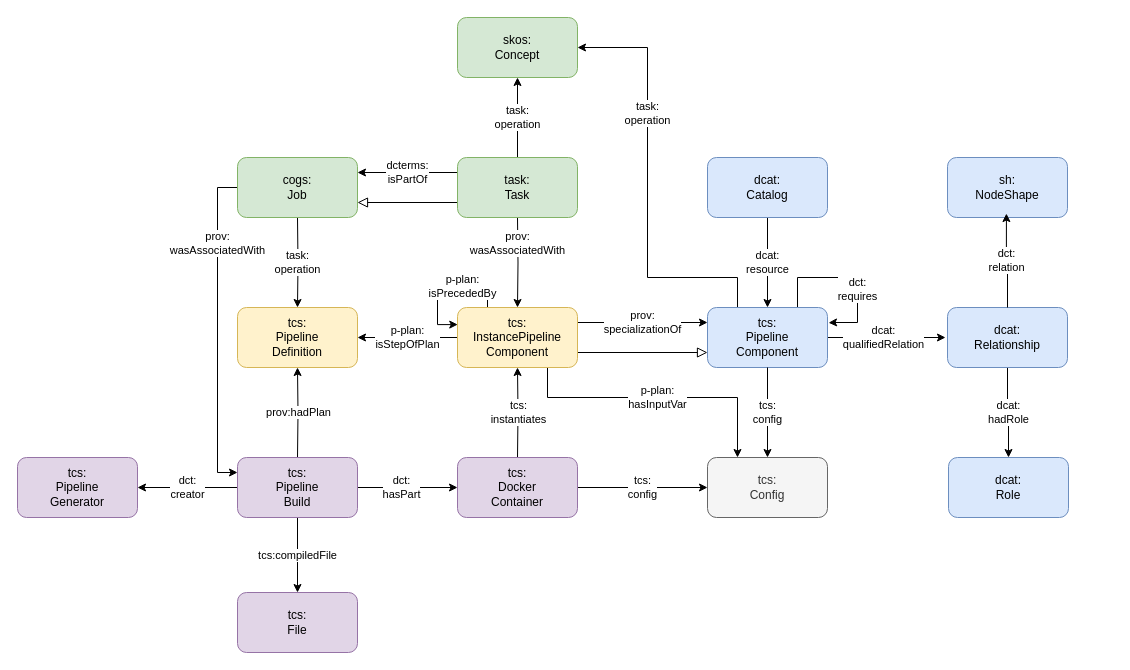
This is page "toolchain model" (1 of 4) of semantic model/diagrams/diagrams.drawio from thcarsten/toolchain-specification, a draw.io file, before an edit. Source tidied: cells renumbered, new cells numbered last; positions are measured from the earlier drawing's top-left corner, leaving out a move shared by most shapes. Both pictures are drawn from the tidied source at 100%, with x=0, y=0 at pixel (17, 17).
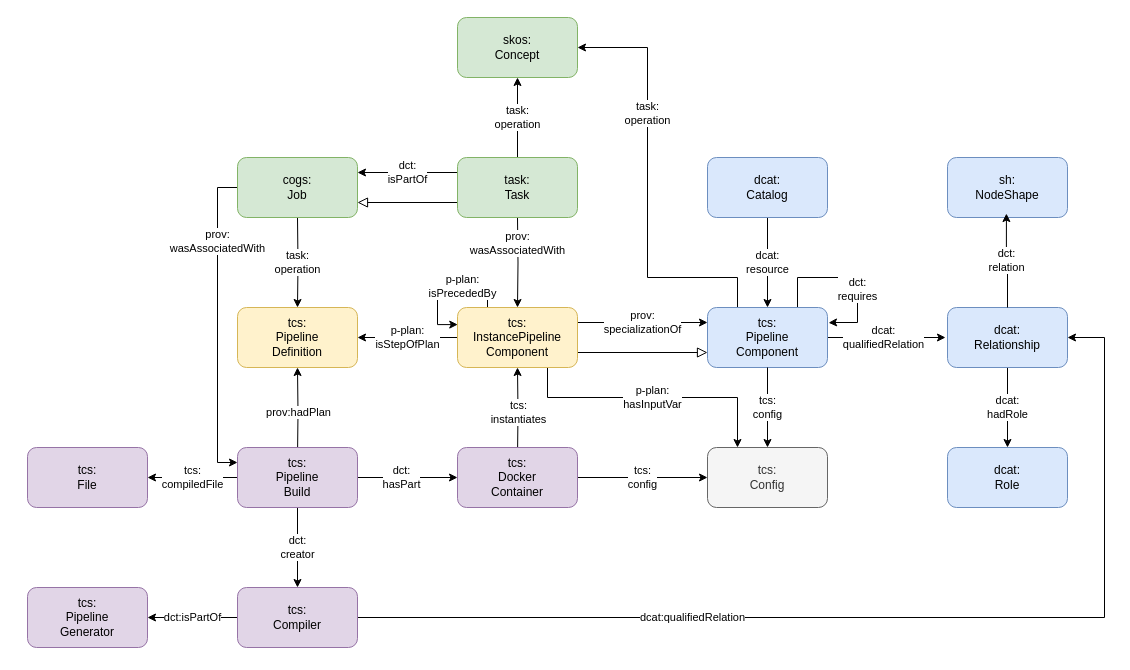
After the change.

The change refers to these unchanged cells:
```xml
<mxCell id="4" value="dcat:&lt;div&gt;Relationship&lt;/div&gt;" style="rounded=1;whiteSpace=wrap;html=1;gradientDirection=north;fillColor=#dae8fc;strokeColor=#6c8ebf;" parent="1" vertex="1">
  <mxGeometry x="930" y="290" width="120" height="60" as="geometry" />
</mxCell>
<mxCell id="28" value="&lt;div&gt;cogs:&lt;/div&gt;&lt;div&gt;Job&lt;/div&gt;" style="rounded=1;whiteSpace=wrap;html=1;fillColor=#d5e8d4;strokeColor=#82b366;" parent="1" vertex="1">
  <mxGeometry x="220" y="140" width="120" height="60" as="geometry" />
</mxCell>
<mxCell id="32" value="&lt;div&gt;task:&lt;/div&gt;&lt;div&gt;Task&lt;/div&gt;" style="rounded=1;whiteSpace=wrap;html=1;fillColor=#d5e8d4;strokeColor=#82b366;" parent="1" vertex="1">
  <mxGeometry x="440" y="140" width="120" height="60" as="geometry" />
</mxCell>
```

Diff of the diagram source:
```diff
@@
     <mxCell id="5" value="dcat:&lt;div&gt;Role&lt;/div&gt;" style="rounded=1;whiteSpace=wrap;html=1;gradientDirection=north;fillColor=#dae8fc;strokeColor=#6c8ebf;" parent="1" vertex="1">
-      <mxGeometry x="931" y="440" width="120" height="60" as="geometry" />
+      <mxGeometry x="930" y="430" width="120" height="60" as="geometry" />
     </mxCell>
@@
-    <mxCell id="20" value="dct:&lt;div&gt;creator&lt;/div&gt;" style="edgeStyle=orthogonalEdgeStyle;rounded=0;jettySize=auto;html=1;exitX=0;exitY=0.5;exitDx=0;exitDy=0;entryX=1;entryY=0.5;entryDx=0;entryDy=0;" parent="1" edge="1" source="23" target="26">
-      <mxGeometry relative="1" as="geometry" />
-    </mxCell>
@@
-    <mxCell id="22" value="tcs:compiledFile" style="edgeStyle=orthogonalEdgeStyle;rounded=0;jettySize=auto;html=1;exitX=0.5;exitY=1;exitDx=0;exitDy=0;entryX=0.5;entryY=0;entryDx=0;entryDy=0;" parent="1" edge="1" source="23" target="40">
+    <mxCell id="22" value="tcs:&lt;div&gt;compiledFile&lt;/div&gt;" style="edgeStyle=orthogonalEdgeStyle;rounded=0;jettySize=auto;html=1;exitX=0;exitY=0.5;exitDx=0;exitDy=0;" parent="1" edge="1" source="23" target="40">
       <mxGeometry relative="1" as="geometry" />
     </mxCell>
+    <mxCell id="20" value="dct:&lt;div&gt;creator&lt;/div&gt;" style="edgeStyle=orthogonalEdgeStyle;rounded=0;jettySize=auto;html=1;exitX=0.5;exitY=1;exitDx=0;exitDy=0;" parent="1" edge="1" source="23" target="43">
+      <mxGeometry relative="1" as="geometry" />
+    </mxCell>
     <mxCell id="23" value="tcs:&lt;div&gt;Pipeline&lt;div&gt;Build&lt;/div&gt;&lt;/div&gt;" style="rounded=1;whiteSpace=wrap;html=1;fillColor=#e1d5e7;strokeColor=#9673a6;" parent="1" vertex="1">
-      <mxGeometry x="220" y="440" width="120" height="60" as="geometry" />
+      <mxGeometry x="220" y="430" width="120" height="60" as="geometry" />
     </mxCell>
@@
     <mxCell id="25" value="tcs:&lt;div&gt;Docker&lt;div&gt;Container&lt;/div&gt;&lt;/div&gt;" style="rounded=1;whiteSpace=wrap;html=1;fillColor=#e1d5e7;strokeColor=#9673a6;" parent="1" vertex="1">
-      <mxGeometry x="440" y="440" width="120" height="60" as="geometry" />
+      <mxGeometry x="440" y="430" width="120" height="60" as="geometry" />
     </mxCell>
     <mxCell id="26" value="tcs:&lt;div&gt;Pipeline&lt;div&gt;Generator&lt;/div&gt;&lt;/div&gt;" style="rounded=1;whiteSpace=wrap;html=1;fillColor=#e1d5e7;strokeColor=#9673a6;" parent="1" vertex="1">
-      <mxGeometry y="440" width="120" height="60" as="geometry" />
+      <mxGeometry x="10" y="570" width="120" height="60" as="geometry" />
     </mxCell>
@@
-    <mxCell id="29" value="dcterms:&lt;div&gt;isPartOf&lt;/div&gt;" style="edgeStyle=orthogonalEdgeStyle;rounded=0;jettySize=auto;html=1;exitX=0;exitY=0.25;exitDx=0;exitDy=0;entryX=1;entryY=0.25;entryDx=0;entryDy=0;" parent="1" edge="1" source="32" target="28">
+    <mxCell id="29" value="dct:&lt;div&gt;isPartOf&lt;/div&gt;" style="edgeStyle=orthogonalEdgeStyle;rounded=0;jettySize=auto;html=1;exitX=0;exitY=0.25;exitDx=0;exitDy=0;entryX=1;entryY=0.25;entryDx=0;entryDy=0;" parent="1" edge="1" source="32" target="28">
       <mxGeometry relative="1" as="geometry" />
     </mxCell>
@@
     <mxCell id="36" value="tcs:&lt;div&gt;Config&lt;/div&gt;" style="rounded=1;whiteSpace=wrap;html=1;fillColor=#f5f5f5;strokeColor=#666666;fontColor=#333333;" parent="1" vertex="1">
-      <mxGeometry x="690" y="440" width="120" height="60" as="geometry" />
+      <mxGeometry x="690" y="430" width="120" height="60" as="geometry" />
     </mxCell>
@@
+    <mxCell id="41" value="dcat:qualifiedRelation" style="edgeStyle=orthogonalEdgeStyle;rounded=0;jettySize=auto;html=1;exitX=1;exitY=0.5;exitDx=0;exitDy=0;entryX=1;entryY=0.5;entryDx=0;entryDy=0;" parent="1" edge="1" source="43" target="4">
+      <mxGeometry x="-0.37" relative="1" as="geometry">
+        <Array as="points">
+          <mxPoint x="1087" y="600" />
+          <mxPoint x="1087" y="320" />
+        </Array>
+      </mxGeometry>
+    </mxCell>
     <mxCell id="40" value="tcs:&lt;div&gt;File&lt;/div&gt;" style="rounded=1;whiteSpace=wrap;html=1;fillColor=#e1d5e7;strokeColor=#9673a6;" parent="1" vertex="1">
-      <mxGeometry x="220" y="575" width="120" height="60" as="geometry" />
+      <mxGeometry x="10" y="430" width="120" height="60" as="geometry" />
     </mxCell>
+    <mxCell id="42" value="dct:isPartOf" style="edgeStyle=orthogonalEdgeStyle;rounded=0;jettySize=auto;html=1;exitX=0;exitY=0.5;exitDx=0;exitDy=0;" parent="1" edge="1" source="43" target="26">
+      <mxGeometry relative="1" as="geometry" />
+    </mxCell>
+    <mxCell id="43" value="tcs:&lt;div&gt;Compiler&lt;/div&gt;" style="rounded=1;whiteSpace=wrap;html=1;fillColor=#e1d5e7;strokeColor=#9673a6;" parent="1" vertex="1">
+      <mxGeometry x="220" y="570" width="120" height="60" as="geometry" />
+    </mxCell>
```
